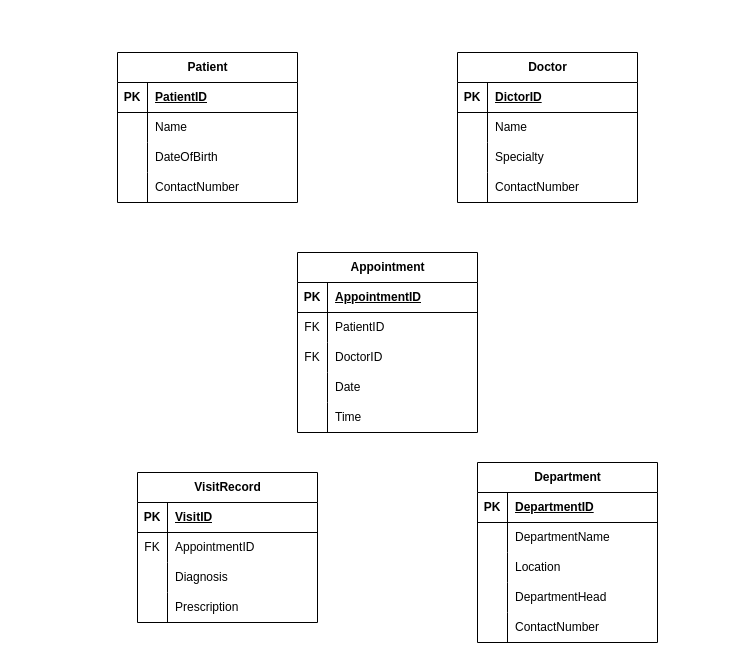
This is Untitled Diagram.drawio from mbilinyijustin/ris, a draw.io file, before an edit. Source tidied: cells renumbered, new cells numbered last; positions are measured from the earlier drawing's top-left corner, leaving out a move shared by most shapes. Both pictures are drawn from the tidied source at 100%, with x=0, y=0 at pixel (117, 52).
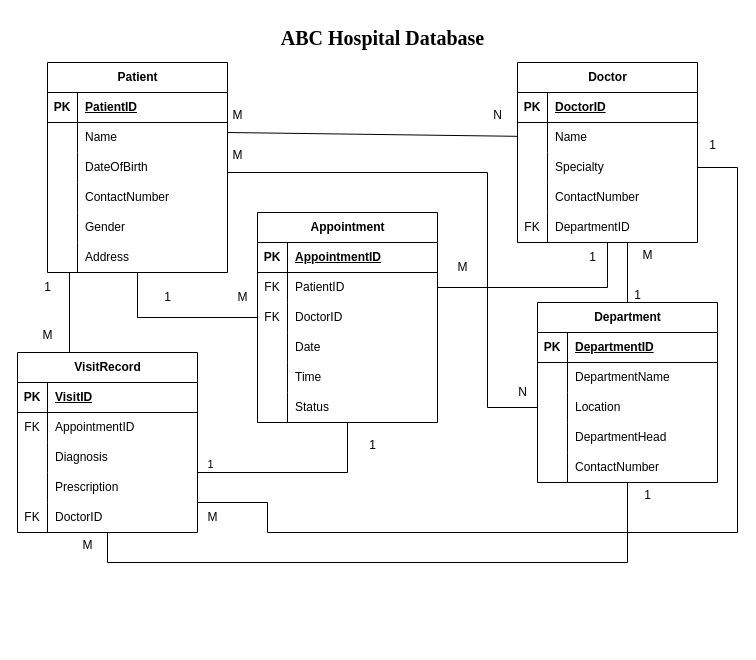
After the change.

Commit message:
Group No.3 Assignment Database

Unchanged cells that the change refers to:
```xml
<mxCell id="16" style="shape=tableRow;horizontal=0;startSize=0;swimlaneHead=0;swimlaneBody=0;fillColor=none;top=0;left=0;right=0;bottom=1;" parent="15" vertex="1">
  <mxGeometry y="30" width="180" height="30" as="geometry" />
</mxCell>
<mxCell id="19" style="shape=tableRow;horizontal=0;startSize=0;swimlaneHead=0;swimlaneBody=0;fillColor=none;points=[[0,0.5],[1,0.5]];portConstraint=eastwest;top=0;left=0;right=0;bottom=0;" parent="15" vertex="1">
  <mxGeometry y="60" width="180" height="30" as="geometry" />
</mxCell>
<mxCell id="22" style="shape=tableRow;horizontal=0;startSize=0;swimlaneHead=0;swimlaneBody=0;fillColor=none;points=[[0,0.5],[1,0.5]];portConstraint=eastwest;top=0;left=0;right=0;bottom=0;" parent="15" vertex="1">
  <mxGeometry y="90" width="180" height="30" as="geometry" />
</mxCell>
<mxCell id="37" style="shape=tableRow;horizontal=0;startSize=0;swimlaneHead=0;swimlaneBody=0;fillColor=none;points=[[0,0.5],[1,0.5]];portConstraint=eastwest;top=0;left=0;right=0;bottom=0;" parent="30" vertex="1">
  <mxGeometry y="90" width="180" height="30" as="geometry" />
</mxCell>
<mxCell id="66" style="shape=tableRow;horizontal=0;startSize=0;swimlaneHead=0;swimlaneBody=0;fillColor=none;points=[[0,0.5],[1,0.5]];portConstraint=eastwest;top=0;left=0;right=0;bottom=0;" parent="59" vertex="1">
  <mxGeometry y="90" width="180" height="30" as="geometry" />
</mxCell>
<mxCell id="72" style="shape=tableRow;horizontal=0;startSize=0;swimlaneHead=0;swimlaneBody=0;fillColor=none;points=[[0,0.5],[1,0.5]];portConstraint=eastwest;top=0;left=0;right=0;bottom=0;" parent="59" vertex="1">
  <mxGeometry y="150" width="180" height="30" as="geometry" />
</mxCell>
```

Diff of the diagram source:
```diff
@@
     <mxCell id="2" value="Patient" style="shape=table;startSize=30;childLayout=tableLayout;rowLines=0;fontStyle=1;align=center;html=1;" parent="1" vertex="1">
-      <mxGeometry width="180" height="150" as="geometry" />
+      <mxGeometry x="-70" y="10" width="180" height="210" as="geometry" />
     </mxCell>
@@
+    <mxCell id="75" style="shape=tableRow;horizontal=0;startSize=0;swimlaneHead=0;swimlaneBody=0;fillColor=none;top=0;left=0;right=0;bottom=0;" parent="2" vertex="1">
+      <mxGeometry y="150" width="180" height="30" as="geometry" />
+    </mxCell>
+    <mxCell id="76" style="shape=partialRectangle;fillColor=none;top=0;left=0;bottom=0;right=0;overflow=hidden;whiteSpace=wrap;html=1;" parent="75" vertex="1">
+      <mxGeometry width="30" height="30" as="geometry" />
+    </mxCell>
+    <mxCell id="77" value="Gender" style="shape=partialRectangle;fillColor=none;top=0;left=0;bottom=0;right=0;align=left;spacingLeft=6;overflow=hidden;whiteSpace=wrap;html=1;" parent="75" vertex="1">
+      <mxGeometry x="30" width="150" height="30" as="geometry" />
+    </mxCell>
+    <mxCell id="78" style="shape=tableRow;horizontal=0;startSize=0;swimlaneHead=0;swimlaneBody=0;fillColor=none;points=[[0,0.5],[1,0.5]];portConstraint=eastwest;top=0;left=0;right=0;bottom=0;" parent="2" vertex="1">
+      <mxGeometry y="180" width="180" height="30" as="geometry" />
+    </mxCell>
+    <mxCell id="79" style="shape=partialRectangle;fillColor=none;top=0;left=0;bottom=0;right=0;overflow=hidden;whiteSpace=wrap;html=1;" parent="78" vertex="1">
+      <mxGeometry width="30" height="30" as="geometry" />
+    </mxCell>
+    <mxCell id="80" value="Address" style="shape=partialRectangle;fillColor=none;top=0;left=0;bottom=0;right=0;align=left;spacingLeft=6;overflow=hidden;whiteSpace=wrap;html=1;" parent="78" vertex="1">
+      <mxGeometry x="30" width="150" height="30" as="geometry" />
+    </mxCell>
     <mxCell id="15" value="Doctor" style="shape=table;startSize=30;childLayout=tableLayout;rowLines=0;fontStyle=1;align=center;html=1;" parent="1" vertex="1">
-      <mxGeometry x="340" width="180" height="150" as="geometry" />
+      <mxGeometry x="400" y="10" width="180" height="180" as="geometry" />
     </mxCell>
@@
-    <mxCell id="18" value="DictorID" style="shape=partialRectangle;fillColor=none;top=0;left=0;bottom=0;right=0;align=left;spacingLeft=6;fontStyle=5;overflow=hidden;whiteSpace=wrap;html=1;" parent="16" vertex="1">
+    <mxCell id="18" value="DoctorID" style="shape=partialRectangle;fillColor=none;top=0;left=0;bottom=0;right=0;align=left;spacingLeft=6;fontStyle=5;overflow=hidden;whiteSpace=wrap;html=1;" parent="16" vertex="1">
       <mxGeometry x="30" width="150" height="30" as="geometry" />
     </mxCell>
@@
+    <mxCell id="81" style="shape=tableRow;horizontal=0;startSize=0;swimlaneHead=0;swimlaneBody=0;fillColor=none;top=0;left=0;right=0;bottom=0;" parent="15" vertex="1">
+      <mxGeometry y="150" width="180" height="30" as="geometry" />
+    </mxCell>
+    <mxCell id="82" value="FK" style="shape=partialRectangle;fillColor=none;top=0;left=0;bottom=0;right=0;overflow=hidden;whiteSpace=wrap;html=1;" parent="81" vertex="1">
+      <mxGeometry width="30" height="30" as="geometry" />
+    </mxCell>
+    <mxCell id="83" value="DepartmentID" style="shape=partialRectangle;fillColor=none;top=0;left=0;bottom=0;right=0;align=left;spacingLeft=6;overflow=hidden;whiteSpace=wrap;html=1;" parent="81" vertex="1">
+      <mxGeometry x="30" width="150" height="30" as="geometry" />
+    </mxCell>
@@
     <mxCell id="30" value="Appointment" style="shape=table;startSize=30;childLayout=tableLayout;rowLines=0;fontStyle=1;align=center;html=1;" parent="1" vertex="1">
-      <mxGeometry x="180" y="200" width="180" height="180" as="geometry" />
+      <mxGeometry x="140" y="160" width="180" height="210" as="geometry" />
     </mxCell>
@@
+    <mxCell id="84" style="shape=tableRow;horizontal=0;startSize=0;swimlaneHead=0;swimlaneBody=0;fillColor=none;top=0;left=0;right=0;bottom=0;" parent="30" vertex="1">
+      <mxGeometry y="180" width="180" height="30" as="geometry" />
+    </mxCell>
+    <mxCell id="85" style="shape=partialRectangle;fillColor=none;top=0;left=0;bottom=0;right=0;overflow=hidden;whiteSpace=wrap;html=1;" parent="84" vertex="1">
+      <mxGeometry width="30" height="30" as="geometry" />
+    </mxCell>
+    <mxCell id="86" value="Status" style="shape=partialRectangle;fillColor=none;top=0;left=0;bottom=0;right=0;align=left;spacingLeft=6;overflow=hidden;whiteSpace=wrap;html=1;" parent="84" vertex="1">
+      <mxGeometry x="30" width="150" height="30" as="geometry" />
+    </mxCell>
     <mxCell id="46" value="VisitRecord" style="shape=table;startSize=30;childLayout=tableLayout;rowLines=0;fontStyle=1;align=center;html=1;" parent="1" vertex="1">
-      <mxGeometry x="20" y="420" width="180" height="150" as="geometry" />
+      <mxGeometry x="-100" y="300" width="180" height="180" as="geometry" />
     </mxCell>
@@
+    <mxCell id="87" style="shape=tableRow;horizontal=0;startSize=0;swimlaneHead=0;swimlaneBody=0;fillColor=none;points=[[0,0.5],[1,0.5]];portConstraint=eastwest;top=0;left=0;right=0;bottom=0;" parent="46" vertex="1">
+      <mxGeometry y="150" width="180" height="30" as="geometry" />
+    </mxCell>
+    <mxCell id="88" value="FK" style="shape=partialRectangle;fillColor=none;top=0;left=0;bottom=0;right=0;overflow=hidden;whiteSpace=wrap;html=1;" parent="87" vertex="1">
+      <mxGeometry width="30" height="30" as="geometry" />
+    </mxCell>
+    <mxCell id="89" value="DoctorID" style="shape=partialRectangle;fillColor=none;top=0;left=0;bottom=0;right=0;align=left;spacingLeft=6;overflow=hidden;whiteSpace=wrap;html=1;" parent="87" vertex="1">
+      <mxGeometry x="30" width="150" height="30" as="geometry" />
+    </mxCell>
     <mxCell id="59" value="Department" style="shape=table;startSize=30;childLayout=tableLayout;rowLines=0;fontStyle=1;align=center;html=1;" parent="1" vertex="1">
-      <mxGeometry x="360" y="410" width="180" height="180" as="geometry" />
+      <mxGeometry x="420" y="250" width="180" height="180" as="geometry" />
     </mxCell>
@@
+    <mxCell id="90" style="endArrow=none;html=1;rounded=0;" parent="1" edge="1">
+      <mxGeometry relative="1" as="geometry">
+        <mxPoint x="-48" y="220" as="sourcePoint" />
+        <mxPoint x="-48" y="300" as="targetPoint" />
+      </mxGeometry>
+    </mxCell>
+    <mxCell id="91" style="endArrow=none;html=1;rounded=0;entryX=0;entryY=0.5;entryDx=0;entryDy=0;" parent="1" edge="1" source="78" target="37">
+      <mxGeometry relative="1" as="geometry">
+        <Array as="points">
+          <mxPoint x="20" y="265" />
+        </Array>
+      </mxGeometry>
+    </mxCell>
+    <mxCell id="92" style="endArrow=none;html=1;rounded=0;" parent="1" edge="1" target="19">
+      <mxGeometry relative="1" as="geometry">
+        <mxPoint x="110" y="80" as="sourcePoint" />
+      </mxGeometry>
+    </mxCell>
+    <mxCell id="93" value="M" style="text;html=1;align=center;verticalAlign=middle;strokeColor=none;fillColor=none;" parent="1" vertex="1">
+      <mxGeometry x="105" y="48" width="30" height="30" as="geometry" />
+    </mxCell>
+    <mxCell id="94" value="N" style="text;html=1;align=center;verticalAlign=middle;strokeColor=none;fillColor=none;" parent="1" vertex="1">
+      <mxGeometry x="365" y="48" width="30" height="30" as="geometry" />
+    </mxCell>
+    <mxCell id="95" value="1" style="text;html=1;align=center;verticalAlign=middle;strokeColor=none;fillColor=none;" parent="1" vertex="1">
+      <mxGeometry x="35" y="230" width="30" height="30" as="geometry" />
+    </mxCell>
+    <mxCell id="96" value="M" style="text;html=1;align=center;verticalAlign=middle;strokeColor=none;fillColor=none;" parent="1" vertex="1">
+      <mxGeometry x="110" y="230" width="30" height="30" as="geometry" />
+    </mxCell>
+    <mxCell id="97" value="1" style="text;html=1;align=center;verticalAlign=middle;strokeColor=none;fillColor=none;" parent="1" vertex="1">
+      <mxGeometry x="-85" y="220" width="30" height="30" as="geometry" />
+    </mxCell>
+    <mxCell id="98" value="M" style="text;html=1;align=center;verticalAlign=middle;strokeColor=none;fillColor=none;" parent="1" vertex="1">
+      <mxGeometry x="-85" y="268" width="30" height="30" as="geometry" />
+    </mxCell>
+    <mxCell id="99" style="endArrow=none;html=1;rounded=0;entryX=0;entryY=0.5;entryDx=0;entryDy=0;" parent="1" edge="1" target="66">
+      <mxGeometry relative="1" as="geometry">
+        <mxPoint x="110" y="120" as="sourcePoint" />
+        <Array as="points">
+          <mxPoint x="370" y="120" />
+          <mxPoint x="370" y="355" />
+        </Array>
+      </mxGeometry>
+    </mxCell>
+    <mxCell id="100" value="M" style="text;html=1;align=center;verticalAlign=middle;strokeColor=none;fillColor=none;" parent="1" vertex="1">
+      <mxGeometry x="105" y="88" width="30" height="30" as="geometry" />
+    </mxCell>
+    <mxCell id="101" value="N" style="text;html=1;align=center;verticalAlign=middle;strokeColor=none;fillColor=none;" parent="1" vertex="1">
+      <mxGeometry x="390" y="325" width="30" height="30" as="geometry" />
+    </mxCell>
+    <mxCell id="102" style="endArrow=none;html=1;rounded=0;exitX=1;exitY=0.25;exitDx=0;exitDy=0;" parent="1" edge="1">
+      <mxGeometry relative="1" as="geometry">
+        <mxPoint x="320" y="235" as="sourcePoint" />
+        <mxPoint x="490" y="190" as="targetPoint" />
+        <Array as="points">
+          <mxPoint x="490" y="235" />
+        </Array>
+      </mxGeometry>
+    </mxCell>
+    <mxCell id="103" value="1" style="text;html=1;align=center;verticalAlign=middle;strokeColor=none;fillColor=none;" parent="1" vertex="1">
+      <mxGeometry x="460" y="190" width="30" height="30" as="geometry" />
+    </mxCell>
+    <mxCell id="104" value="M" style="text;html=1;align=center;verticalAlign=middle;strokeColor=none;fillColor=none;" parent="1" vertex="1">
+      <mxGeometry x="330" y="200" width="30" height="30" as="geometry" />
+    </mxCell>
+    <mxCell id="105" style="endArrow=none;html=1;rounded=0;" parent="1" edge="1">
+      <mxGeometry relative="1" as="geometry">
+        <mxPoint x="80" y="420" as="sourcePoint" />
+        <mxPoint x="230" y="370" as="targetPoint" />
+        <Array as="points">
+          <mxPoint x="230" y="420" />
+        </Array>
+      </mxGeometry>
+    </mxCell>
+    <mxCell id="106" value="1" style="edgeLabel;html=1;align=center;verticalAlign=middle;" parent="105" vertex="1">
+      <mxGeometry x="-0.88" y="9" relative="1" as="geometry" />
+    </mxCell>
+    <mxCell id="107" value="1" style="text;html=1;align=center;verticalAlign=middle;strokeColor=none;fillColor=none;" parent="1" vertex="1">
+      <mxGeometry x="240" y="378" width="30" height="30" as="geometry" />
+    </mxCell>
+    <mxCell id="108" style="endArrow=none;html=1;rounded=0;entryX=1;entryY=0.5;entryDx=0;entryDy=0;" parent="1" edge="1" target="22">
+      <mxGeometry relative="1" as="geometry">
+        <mxPoint x="80" y="450" as="sourcePoint" />
+        <Array as="points">
+          <mxPoint x="150" y="450" />
+          <mxPoint x="150" y="480" />
+          <mxPoint x="620" y="480" />
+          <mxPoint x="620" y="115" />
+        </Array>
+      </mxGeometry>
+    </mxCell>
+    <mxCell id="109" value="1" style="text;html=1;align=center;verticalAlign=middle;strokeColor=none;fillColor=none;" parent="1" vertex="1">
+      <mxGeometry x="580" y="78" width="30" height="30" as="geometry" />
+    </mxCell>
+    <mxCell id="110" value="M" style="text;html=1;align=center;verticalAlign=middle;strokeColor=none;fillColor=none;" parent="1" vertex="1">
+      <mxGeometry x="80" y="450" width="30" height="30" as="geometry" />
+    </mxCell>
+    <mxCell id="111" value="&lt;b&gt;&lt;font style=&quot;font-size: 20px;&quot; face=&quot;Times New Roman&quot;&gt;ABC Hospital Database&lt;/font&gt;&lt;/b&gt;" style="text;html=1;align=center;verticalAlign=middle;strokeColor=none;fillColor=none;" parent="1" vertex="1">
+      <mxGeometry x="150" y="-35" width="230" height="40" as="geometry" />
+    </mxCell>
+    <mxCell id="112" style="endArrow=none;html=1;rounded=0;exitX=0.5;exitY=0;exitDx=0;exitDy=0;" parent="1" edge="1" source="59">
+      <mxGeometry relative="1" as="geometry">
+        <mxPoint x="510" y="190" as="targetPoint" />
+      </mxGeometry>
+    </mxCell>
+    <mxCell id="113" value="M" style="text;html=1;align=center;verticalAlign=middle;strokeColor=none;fillColor=none;" parent="1" vertex="1">
+      <mxGeometry x="515" y="188" width="30" height="30" as="geometry" />
+    </mxCell>
+    <mxCell id="114" value="1" style="text;html=1;align=center;verticalAlign=middle;strokeColor=none;fillColor=none;" parent="1" vertex="1">
+      <mxGeometry x="505" y="228" width="30" height="30" as="geometry" />
+    </mxCell>
+    <mxCell id="115" style="endArrow=none;html=1;rounded=0;" parent="1" edge="1" source="87" target="72">
+      <mxGeometry relative="1" as="geometry">
+        <Array as="points">
+          <mxPoint x="-10" y="510" />
+          <mxPoint x="510" y="510" />
+        </Array>
+      </mxGeometry>
+    </mxCell>
+    <mxCell id="116" value="M" style="text;html=1;align=center;verticalAlign=middle;strokeColor=none;fillColor=none;" parent="1" vertex="1">
+      <mxGeometry x="-45" y="478" width="30" height="30" as="geometry" />
+    </mxCell>
+    <mxCell id="117" value="1" style="text;html=1;align=center;verticalAlign=middle;strokeColor=none;fillColor=none;" parent="1" vertex="1">
+      <mxGeometry x="515" y="428" width="30" height="30" as="geometry" />
+    </mxCell>
```
